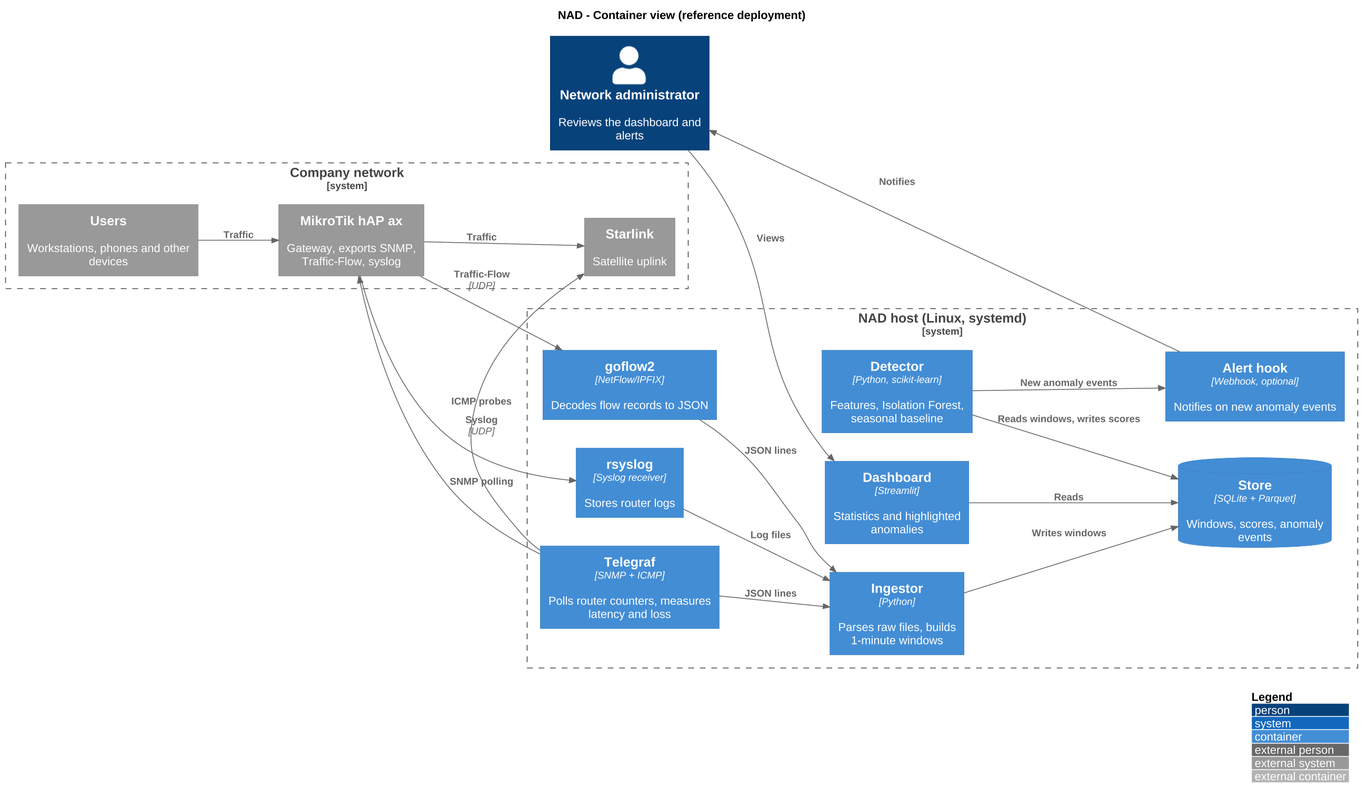
The PlantUML diagram docs/diagrams/nad-containers.png in RStephanH/NAD, before a commit.
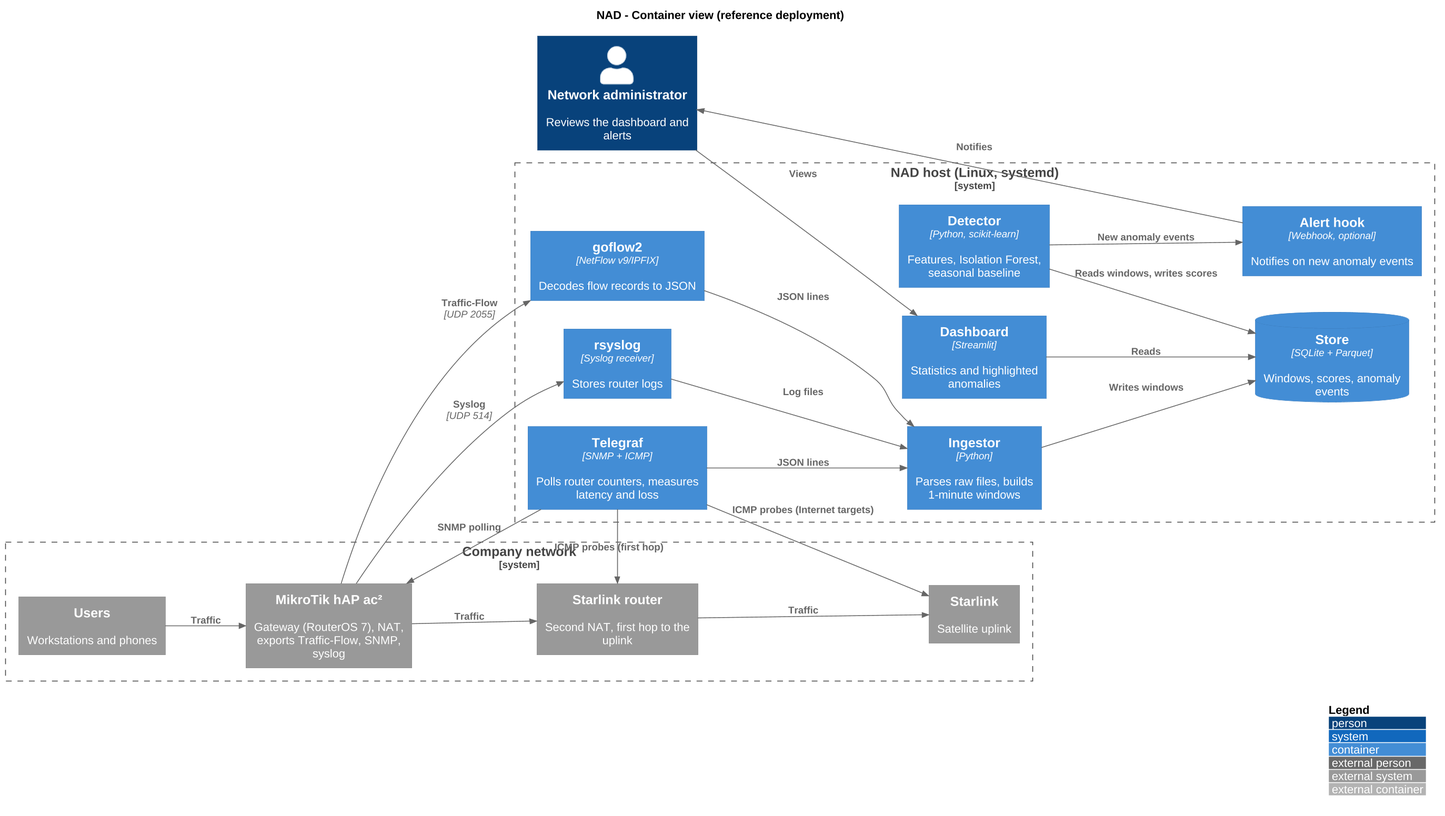
After the change.

Commit message:
docs: hAP ac2 gateway, Starlink router (double NAT), per-host features from outbound flows

The edit, as a diff of the source:
```diff
@@ -9,14 +9,15 @@
 Person(admin, "Network administrator", "Reviews the dashboard and alerts")
 
 System_Boundary(site, "Company network") {
-  System_Ext(users, "Users", "Workstations, phones and other devices")
-  System_Ext(gateway, "MikroTik hAP ax", "Gateway, exports SNMP, Traffic-Flow, syslog")
+  System_Ext(users, "Users", "Workstations and phones")
+  System_Ext(gateway, "MikroTik hAP ac²", "Gateway (RouterOS 7), NAT, exports Traffic-Flow, SNMP, syslog")
+  System_Ext(slrouter, "Starlink router", "Second NAT, first hop to the uplink")
   System_Ext(uplink, "Starlink", "Satellite uplink")
 }
 
 System_Boundary(nad, "NAD host (Linux, systemd)") {
   Container(telegraf, "Telegraf", "SNMP + ICMP", "Polls router counters, measures latency and loss")
-  Container(goflow, "goflow2", "NetFlow/IPFIX", "Decodes flow records to JSON")
+  Container(goflow, "goflow2", "NetFlow v9/IPFIX", "Decodes flow records to JSON")
   Container(rsyslog, "rsyslog", "Syslog receiver", "Stores router logs")
   Container(ingest, "Ingestor", "Python", "Parses raw files, builds 1-minute windows")
   ContainerDb(store, "Store", "SQLite + Parquet", "Windows, scores, anomaly events")
@@ -26,12 +27,14 @@
 }
 
 Rel(users, gateway, "Traffic")
-Rel(gateway, uplink, "Traffic")
+Rel(gateway, slrouter, "Traffic")
+Rel(slrouter, uplink, "Traffic")
 
 Rel(telegraf, gateway, "SNMP polling")
-Rel(telegraf, uplink, "ICMP probes")
-Rel(gateway, goflow, "Traffic-Flow", "UDP")
-Rel(gateway, rsyslog, "Syslog", "UDP")
+Rel(telegraf, slrouter, "ICMP probes (first hop)")
+Rel(telegraf, uplink, "ICMP probes (Internet targets)")
+Rel(gateway, goflow, "Traffic-Flow", "UDP 2055")
+Rel(gateway, rsyslog, "Syslog", "UDP 514")
 
 Rel(telegraf, ingest, "JSON lines")
 Rel(goflow, ingest, "JSON lines")
```
